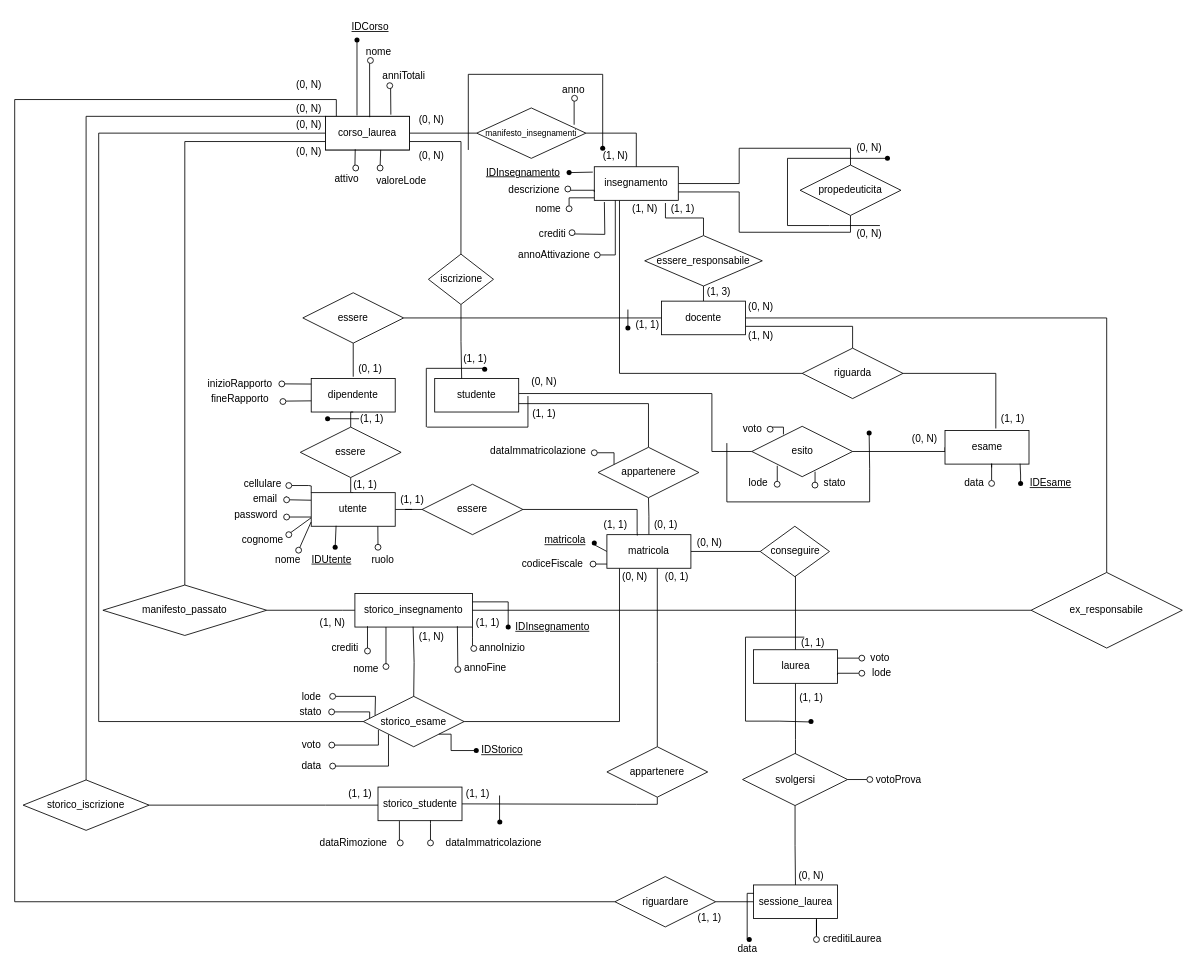
The draw.io diagram page "ER Ristrutturato" (2 of 3) of uni.drawio in michelebolis/UniversityExamSystem, before the edit. Source tidied: cells renumbered, new cells numbered last; positions are measured from the earlier drawing's top-left corner, leaving out a move shared by most shapes. Both pictures are drawn from the tidied source at 84%, with x=0, y=0 at pixel (14, 14).
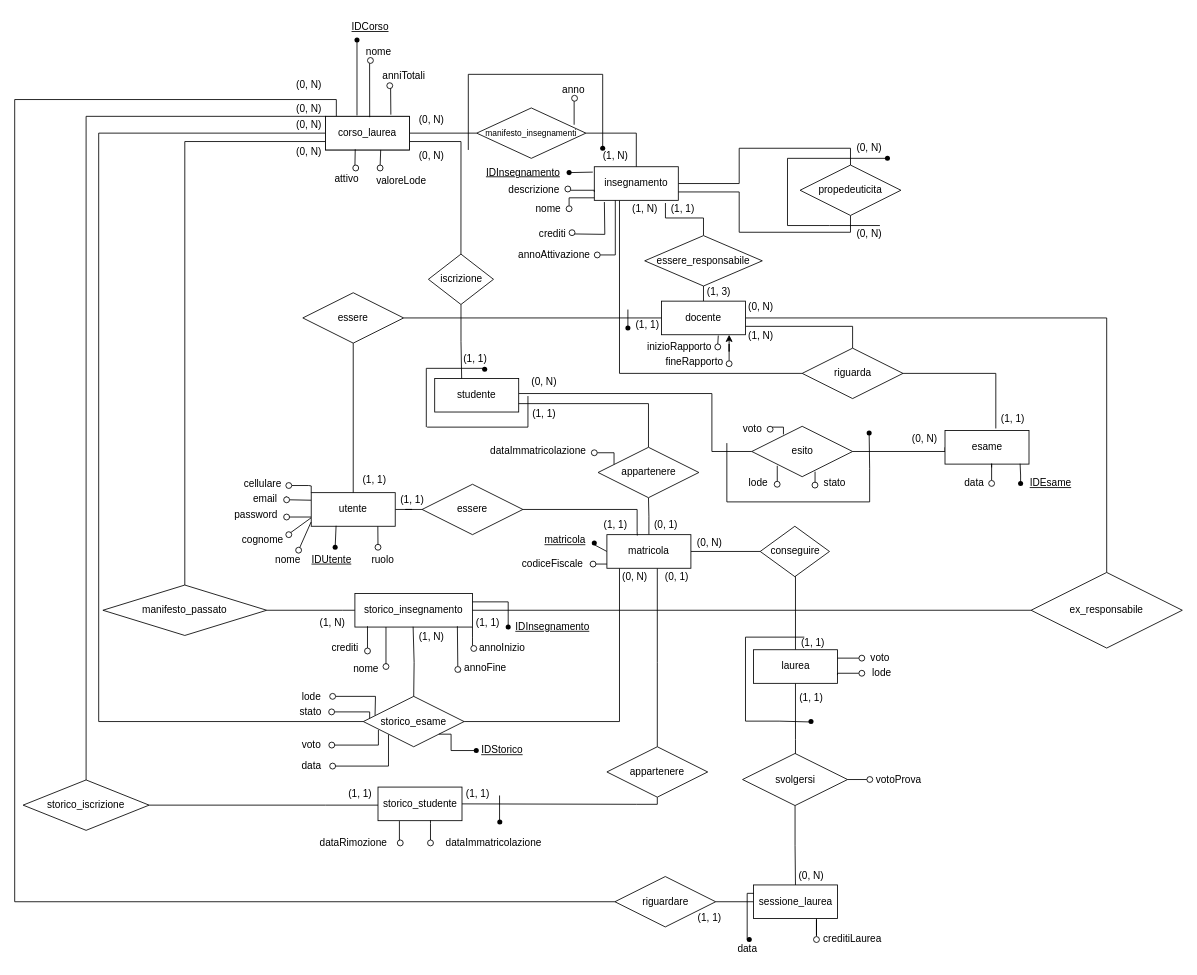
The same page after the edit.

Unchanged cells that the change refers to:
```xml
<mxCell id="4" value="utente" style="whiteSpace=wrap;html=1;align=center;" parent="1" vertex="1">
  <mxGeometry x="353" y="569" width="100" height="40" as="geometry" />
</mxCell>
<mxCell id="10" value="docente" style="whiteSpace=wrap;html=1;align=center;" parent="1" vertex="1">
  <mxGeometry x="770" y="341" width="100" height="40" as="geometry" />
</mxCell>
<mxCell id="120" value="essere" style="shape=rhombus;perimeter=rhombusPerimeter;whiteSpace=wrap;html=1;align=center;" parent="1" vertex="1">
  <mxGeometry x="343" y="331" width="120" height="60" as="geometry" />
</mxCell>
```

Diff of the diagram source:
```diff
@@
-    <mxCell id="3" style="edgeStyle=orthogonalEdgeStyle;rounded=0;orthogonalLoop=1;jettySize=auto;html=1;entryX=0.5;entryY=1;entryDx=0;entryDy=0;endArrow=none;endFill=0;" parent="1" edge="1">
-      <mxGeometry relative="1" as="geometry">
-        <mxPoint x="403" y="569" as="sourcePoint" />
-        <mxPoint x="400" y="551" as="targetPoint" />
-      </mxGeometry>
-    </mxCell>
@@
-    <mxCell id="41" value="dipendente" style="whiteSpace=wrap;html=1;align=center;" parent="1" vertex="1">
-      <mxGeometry x="353" y="433" width="100" height="40" as="geometry" />
-    </mxCell>
     <mxCell id="42" value="inizioRapporto" style="text;html=1;align=center;verticalAlign=middle;strokeColor=none;fillColor=none;" parent="1" vertex="1">
-      <mxGeometry x="218" y="425" width="100" height="30" as="geometry" />
+      <mxGeometry x="740.5" y="380.5" width="100" height="30" as="geometry" />
     </mxCell>
     <mxCell id="43" value="fineRapporto" style="text;html=1;align=center;verticalAlign=middle;strokeColor=none;fillColor=none;" parent="1" vertex="1">
-      <mxGeometry x="223" y="443" width="90" height="30" as="geometry" />
+      <mxGeometry x="764" y="399" width="90" height="30" as="geometry" />
     </mxCell>
@@
-    <mxCell id="60" style="endArrow=none;html=1;rounded=0;" parent="1" edge="1" source="271">
-      <mxGeometry relative="1" as="geometry">
-        <mxPoint x="353" y="439.7" as="targetPoint" />
-      </mxGeometry>
-    </mxCell>
-    <mxCell id="61" style="endArrow=none;html=1;rounded=0;" parent="1" edge="1">
-      <mxGeometry relative="1" as="geometry">
-        <mxPoint x="323" y="460" as="sourcePoint" />
-        <mxPoint x="353" y="459.7" as="targetPoint" />
-        <Array as="points">
-          <mxPoint x="323" y="460" />
-        </Array>
-      </mxGeometry>
-    </mxCell>
@@
-    <mxCell id="118" style="edgeStyle=orthogonalEdgeStyle;rounded=0;jettySize=auto;html=1;endArrow=none;endFill=0;" parent="1" edge="1" source="120">
-      <mxGeometry relative="1" as="geometry">
-        <mxPoint x="403" y="431" as="targetPoint" />
-      </mxGeometry>
-    </mxCell>
@@
+    <mxCell id="279" style="edgeStyle=orthogonalEdgeStyle;rounded=0;jettySize=auto;html=1;entryX=0.5;entryY=0;entryDx=0;entryDy=0;endArrow=none;endFill=0;" parent="1" edge="1" source="120" target="4">
+      <mxGeometry relative="1" as="geometry" />
+    </mxCell>
@@
-    <mxCell id="121" style="edgeStyle=orthogonalEdgeStyle;rounded=0;jettySize=auto;html=1;entryX=0.5;entryY=1;entryDx=0;entryDy=0;endArrow=none;endFill=0;" parent="1" edge="1" source="122" target="41">
-      <mxGeometry relative="1" as="geometry">
-        <Array as="points">
-          <mxPoint x="400" y="473" />
-        </Array>
-      </mxGeometry>
-    </mxCell>
-    <mxCell id="122" value="essere" style="shape=rhombus;perimeter=rhombusPerimeter;whiteSpace=wrap;html=1;align=center;" parent="1" vertex="1">
-      <mxGeometry x="340" y="491" width="120" height="60" as="geometry" />
-    </mxCell>
@@
-    <mxCell id="126" value="(0, 1)" style="text;html=1;align=center;verticalAlign=middle;strokeColor=none;fillColor=none;" parent="1" vertex="1">
-      <mxGeometry x="397.5" y="407" width="50" height="30" as="geometry" />
-    </mxCell>
     <mxCell id="127" value="(1, 1)" style="text;html=1;align=center;verticalAlign=middle;strokeColor=none;fillColor=none;" parent="1" vertex="1">
-      <mxGeometry x="391.5" y="545" width="50" height="30" as="geometry" />
+      <mxGeometry x="402.5" y="539" width="50" height="30" as="geometry" />
     </mxCell>
@@
     <mxCell id="270" style="endArrow=none;html=1;rounded=0;" parent="1" edge="1" target="271">
       <mxGeometry relative="1" as="geometry">
-        <mxPoint x="318" y="440" as="sourcePoint" />
+        <mxPoint x="837" y="396" as="sourcePoint" />
       </mxGeometry>
     </mxCell>
+    <mxCell id="280" style="edgeStyle=orthogonalEdgeStyle;rounded=0;jettySize=auto;html=1;entryX=0.676;entryY=1.024;entryDx=0;entryDy=0;entryPerimeter=0;endArrow=none;endFill=0;" parent="1" edge="1" source="271" target="10">
+      <mxGeometry relative="1" as="geometry">
+        <Array as="points">
+          <mxPoint x="837" y="381" />
+          <mxPoint x="838" y="381" />
+        </Array>
+      </mxGeometry>
+    </mxCell>
     <mxCell id="271" style="ellipse;whiteSpace=wrap;html=1;" parent="1" vertex="1">
-      <mxGeometry x="314.5" y="436" width="7" height="7" as="geometry" />
+      <mxGeometry x="833.5" y="392" width="7" height="7" as="geometry" />
     </mxCell>
+    <mxCell id="281" style="edgeStyle=orthogonalEdgeStyle;rounded=0;jettySize=auto;html=1;entryX=0.805;entryY=1;entryDx=0;entryDy=0;entryPerimeter=0;" parent="1" edge="1" source="272" target="10">
+      <mxGeometry relative="1" as="geometry" />
+    </mxCell>
     <mxCell id="272" style="ellipse;whiteSpace=wrap;html=1;" parent="1" vertex="1">
-      <mxGeometry x="315.8" y="457" width="7" height="7" as="geometry" />
+      <mxGeometry x="847" y="412" width="7" height="7" as="geometry" />
     </mxCell>
-    <mxCell id="273" style="shape=waypoint;sketch=0;fillStyle=solid;size=6;points=[];fillColor=none;perimeter=centerPerimeter;snapToPoint=1;" parent="1" vertex="1">
-      <mxGeometry x="362.5" y="471" width="20" height="20" as="geometry" />
-    </mxCell>
-    <mxCell id="274" style="endArrow=none;html=1;rounded=0;entryX=0.697;entryY=0.445;entryDx=0;entryDy=0;entryPerimeter=0;" parent="1" edge="1" target="273">
-      <mxGeometry relative="1" as="geometry">
-        <mxPoint x="410" y="481" as="sourcePoint" />
-      </mxGeometry>
-    </mxCell>
-    <mxCell id="275" value="(1, 1)" style="text;html=1;align=center;verticalAlign=middle;strokeColor=none;fillColor=none;" parent="1" vertex="1">
-      <mxGeometry x="399.5" y="466" width="50" height="30" as="geometry" />
-    </mxCell>
```
